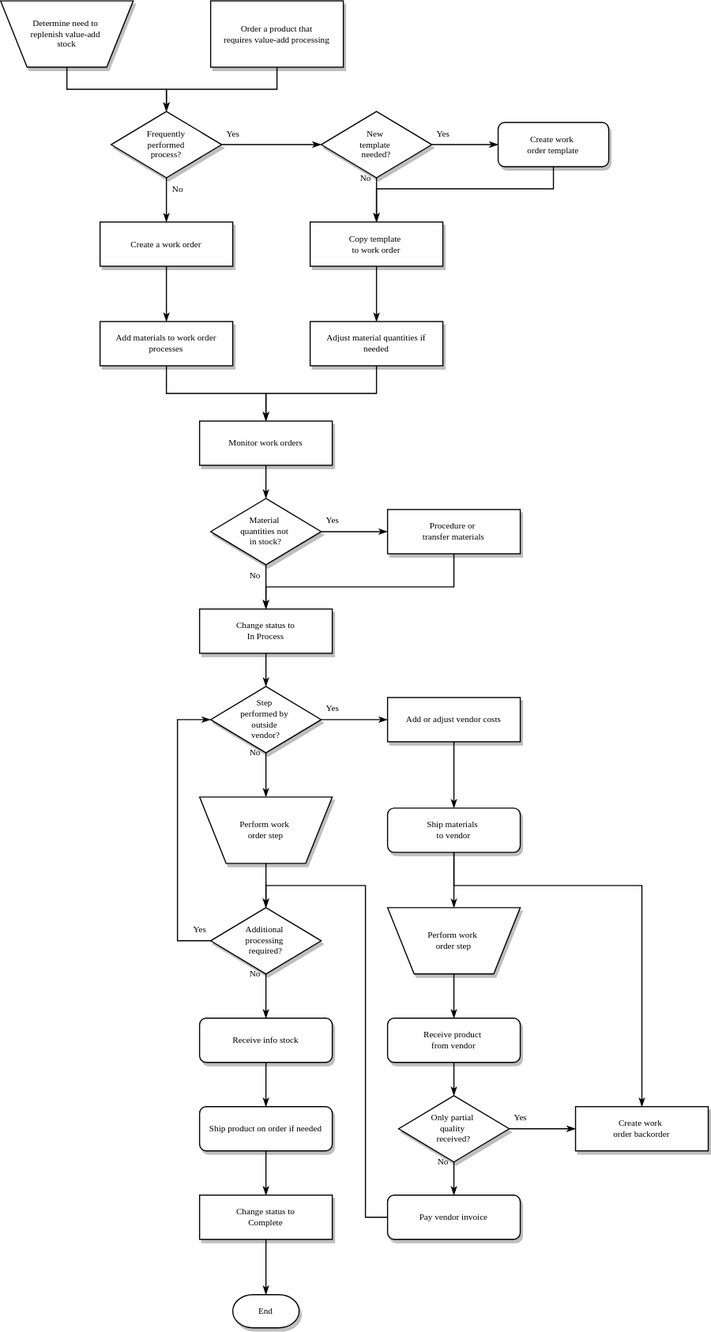
Above: diagram/decision_chart.svg in EwetoyeIbrahim/Google-Cloud-Database-Services-Decision-Tree (draw.io), before the change. Source tidied: cells renumbered, new cells last; positions are measured from the earlier drawing's top-left corner, leaving out a move shared by most shapes.
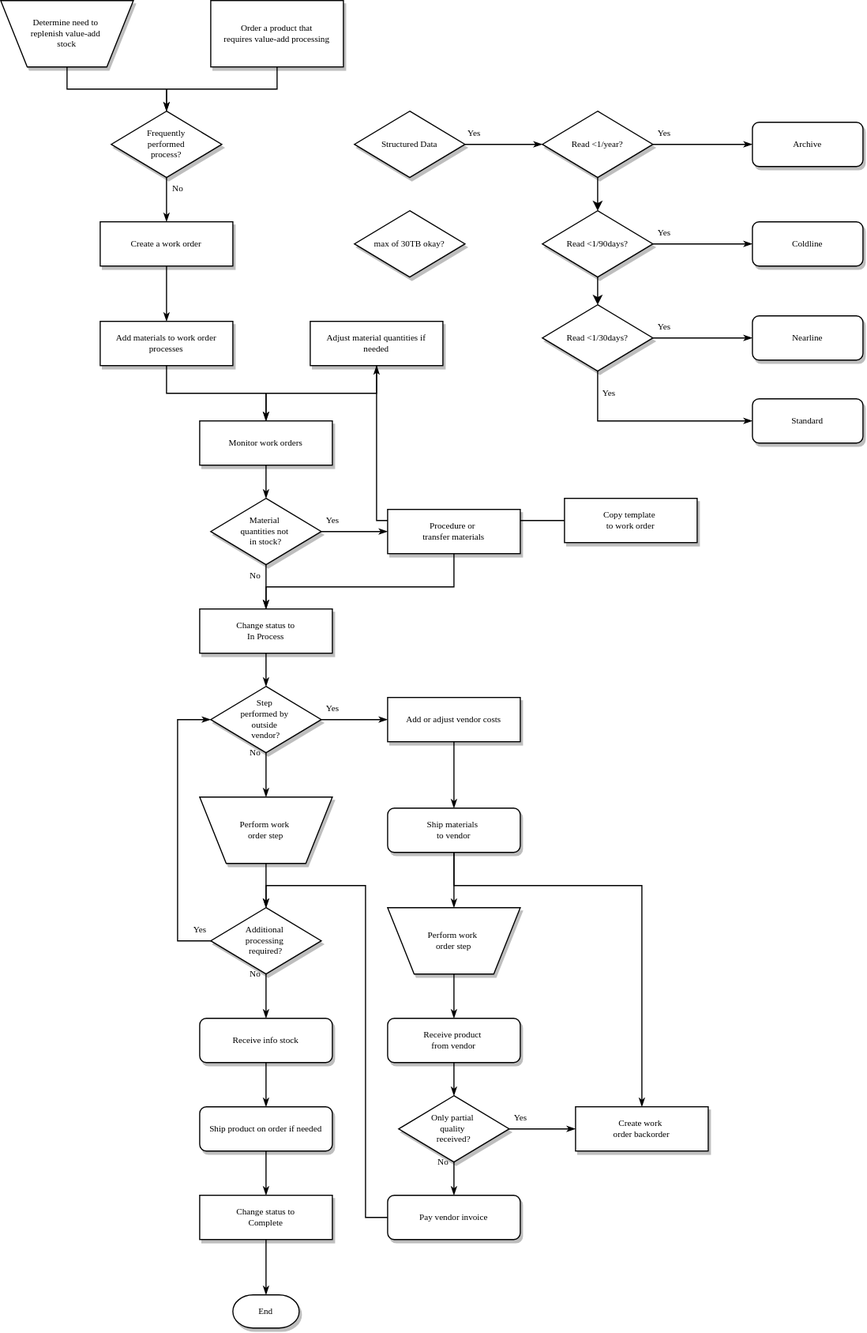
After the commit.

The edit, as a diff of the source:
```diff
@@ -14,34 +14,23 @@
     <mxCell id="5" value="Order a product that&lt;div&gt;requires value-add processing&lt;/div&gt;" style="rounded=0;whiteSpace=wrap;html=1;shadow=1;labelBackgroundColor=none;strokeWidth=1;fontFamily=Verdana;fontSize=8;align=center;" parent="1" vertex="1">
       <mxGeometry x="190" width="120" height="60" as="geometry" />
     </mxCell>
-    <mxCell id="6" value="Yes" style="edgeStyle=orthogonalEdgeStyle;rounded=0;html=1;labelBackgroundColor=none;startSize=5;endArrow=classicThin;endFill=1;endSize=5;jettySize=auto;strokeWidth=1;fontFamily=Verdana;fontSize=8;" parent="1" edge="1" source="8" target="11">
+    <mxCell id="6" value="Yes" style="edgeStyle=orthogonalEdgeStyle;rounded=0;html=1;labelBackgroundColor=none;startSize=5;endArrow=classicThin;endFill=1;endSize=5;jettySize=auto;strokeWidth=1;fontFamily=Verdana;fontSize=8;entryX=0;entryY=0.5;entryDx=0;entryDy=0;exitX=1;exitY=0.5;exitDx=0;exitDy=0;" parent="1" edge="1" source="11" target="62">
       <mxGeometry x="-0.78" y="10" relative="1" as="geometry" />
     </mxCell>
     <mxCell id="7" value="No" style="edgeStyle=orthogonalEdgeStyle;rounded=0;html=1;labelBackgroundColor=none;startSize=5;endArrow=classicThin;endFill=1;endSize=5;jettySize=auto;strokeWidth=1;fontFamily=Verdana;fontSize=8;" parent="1" edge="1" source="8" target="15">
       <mxGeometry x="-0.5" y="10" relative="1" as="geometry" />
     </mxCell>
+    <mxCell id="61" style="edgeStyle=orthogonalEdgeStyle;rounded=0;jettySize=auto;html=1;exitX=0.5;exitY=1;exitDx=0;exitDy=0;" parent="1" edge="1" source="62" target="64">
+      <mxGeometry relative="1" as="geometry" />
+    </mxCell>
     <mxCell id="8" value="Frequently&lt;div&gt;performed&lt;/div&gt;&lt;div&gt;process?&lt;/div&gt;" style="rhombus;whiteSpace=wrap;html=1;rounded=0;shadow=1;labelBackgroundColor=none;strokeWidth=1;fontFamily=Verdana;fontSize=8;align=center;" parent="1" vertex="1">
       <mxGeometry x="100" y="100" width="100" height="60" as="geometry" />
     </mxCell>
-    <mxCell id="9" value="Yes" style="edgeStyle=orthogonalEdgeStyle;rounded=0;html=1;labelBackgroundColor=none;startSize=5;endArrow=classicThin;endFill=1;endSize=5;jettySize=auto;strokeWidth=1;fontFamily=Verdana;fontSize=8;" parent="1" edge="1" source="11" target="13">
-      <mxGeometry x="-0.67" y="10" relative="1" as="geometry" />
-    </mxCell>
-    <mxCell id="10" value="No" style="edgeStyle=orthogonalEdgeStyle;rounded=0;html=1;labelBackgroundColor=none;startSize=5;endArrow=classicThin;endFill=1;endSize=5;jettySize=auto;strokeWidth=1;fontFamily=Verdana;fontSize=8;" parent="1" edge="1" source="11" target="17">
-      <mxGeometry x="-1" y="-10" relative="1" as="geometry" />
-    </mxCell>
-    <mxCell id="11" value="New&amp;nbsp;&lt;div&gt;template&amp;nbsp;&lt;/div&gt;&lt;div&gt;needed?&lt;/div&gt;" style="rhombus;whiteSpace=wrap;html=1;rounded=0;shadow=1;labelBackgroundColor=none;strokeWidth=1;fontFamily=Verdana;fontSize=8;align=center;" parent="1" vertex="1">
-      <mxGeometry x="290" y="100" width="100" height="60" as="geometry" />
+    <mxCell id="11" value="Structured Data" style="rhombus;whiteSpace=wrap;html=1;rounded=0;shadow=1;labelBackgroundColor=none;strokeWidth=1;fontFamily=Verdana;fontSize=8;align=center;" parent="1" vertex="1">
+      <mxGeometry x="320" y="100" width="100" height="60" as="geometry" />
     </mxCell>
-    <mxCell id="12" style="edgeStyle=orthogonalEdgeStyle;rounded=0;html=1;labelBackgroundColor=none;startSize=5;endArrow=classicThin;endFill=1;endSize=5;jettySize=auto;strokeWidth=1;fontFamily=Verdana;fontSize=8;" parent="1" edge="1" source="13" target="17">
-      <mxGeometry relative="1" as="geometry">
-        <Array as="points">
-          <mxPoint x="500" y="170" />
-          <mxPoint x="340" y="170" />
-        </Array>
-      </mxGeometry>
-    </mxCell>
-    <mxCell id="13" value="Create work&amp;nbsp;&lt;div&gt;order template&lt;/div&gt;" style="rounded=1;whiteSpace=wrap;html=1;shadow=1;labelBackgroundColor=none;strokeWidth=1;fontFamily=Verdana;fontSize=8;align=center;" parent="1" vertex="1">
-      <mxGeometry x="450" y="110" width="100" height="40" as="geometry" />
+    <mxCell id="13" value="Archive" style="rounded=1;whiteSpace=wrap;html=1;shadow=1;labelBackgroundColor=none;strokeWidth=1;fontFamily=Verdana;fontSize=8;align=center;" parent="1" vertex="1">
+      <mxGeometry x="680" y="110" width="100" height="40" as="geometry" />
     </mxCell>
     <mxCell id="14" style="edgeStyle=orthogonalEdgeStyle;rounded=0;html=1;labelBackgroundColor=none;startSize=5;endArrow=classicThin;endFill=1;endSize=5;jettySize=auto;strokeWidth=1;fontFamily=Verdana;fontSize=8;" parent="1" edge="1" source="15" target="19">
       <mxGeometry relative="1" as="geometry" />
@@ -53,7 +42,7 @@
       <mxGeometry relative="1" as="geometry" />
     </mxCell>
     <mxCell id="17" value="Copy template&amp;nbsp;&lt;div&gt;to work order&lt;/div&gt;" style="whiteSpace=wrap;html=1;rounded=0;shadow=1;labelBackgroundColor=none;strokeWidth=1;fontFamily=Verdana;fontSize=8;align=center;" parent="1" vertex="1">
-      <mxGeometry x="280" y="200" width="120" height="40" as="geometry" />
+      <mxGeometry x="510" y="450" width="120" height="40" as="geometry" />
     </mxCell>
     <mxCell id="18" style="edgeStyle=orthogonalEdgeStyle;rounded=0;html=1;labelBackgroundColor=none;startSize=5;endArrow=classicThin;endFill=1;endSize=5;jettySize=auto;strokeWidth=1;fontFamily=Verdana;fontSize=8;" parent="1" edge="1" source="19" target="23">
       <mxGeometry relative="1" as="geometry" />
@@ -207,5 +196,47 @@
     <mxCell id="60" value="End" style="strokeWidth=1;html=1;shape=mxgraph.flowchart.terminator;whiteSpace=wrap;rounded=0;shadow=1;labelBackgroundColor=none;fontFamily=Verdana;fontSize=8;align=center;" parent="1" vertex="1">
       <mxGeometry x="210" y="1170" width="60" height="30" as="geometry" />
     </mxCell>
+    <mxCell id="62" value="Read &amp;lt;1/year?" style="rhombus;whiteSpace=wrap;html=1;rounded=0;shadow=1;labelBackgroundColor=none;strokeWidth=1;fontFamily=Verdana;fontSize=8;align=center;" parent="1" vertex="1">
+      <mxGeometry x="490" y="100" width="100" height="60" as="geometry" />
+    </mxCell>
+    <mxCell id="63" style="edgeStyle=orthogonalEdgeStyle;rounded=0;jettySize=auto;html=1;entryX=0.5;entryY=0;entryDx=0;entryDy=0;" parent="1" edge="1" source="64" target="65">
+      <mxGeometry relative="1" as="geometry" />
+    </mxCell>
+    <mxCell id="64" value="Read &amp;lt;1/90days?" style="rhombus;whiteSpace=wrap;html=1;rounded=0;shadow=1;labelBackgroundColor=none;strokeWidth=1;fontFamily=Verdana;fontSize=8;align=center;" parent="1" vertex="1">
+      <mxGeometry x="490" y="190" width="100" height="60" as="geometry" />
+    </mxCell>
+    <mxCell id="65" value="Read &amp;lt;1/30days?" style="rhombus;whiteSpace=wrap;html=1;rounded=0;shadow=1;labelBackgroundColor=none;strokeWidth=1;fontFamily=Verdana;fontSize=8;align=center;" parent="1" vertex="1">
+      <mxGeometry x="490" y="275" width="100" height="60" as="geometry" />
+    </mxCell>
+    <mxCell id="66" value="Yes" style="edgeStyle=orthogonalEdgeStyle;rounded=0;html=1;labelBackgroundColor=none;startSize=5;endArrow=classicThin;endFill=1;endSize=5;jettySize=auto;strokeWidth=1;fontFamily=Verdana;fontSize=8;entryX=0;entryY=0.5;entryDx=0;entryDy=0;" parent="1" edge="1" target="13">
+      <mxGeometry x="-0.78" y="10" relative="1" as="geometry">
+        <mxPoint x="590" y="130" as="sourcePoint" />
+      </mxGeometry>
+    </mxCell>
+    <mxCell id="67" value="Yes" style="edgeStyle=orthogonalEdgeStyle;rounded=0;html=1;labelBackgroundColor=none;startSize=5;endArrow=classicThin;endFill=1;endSize=5;jettySize=auto;strokeWidth=1;fontFamily=Verdana;fontSize=8;entryX=0;entryY=0.5;entryDx=0;entryDy=0;" parent="1" edge="1" target="68">
+      <mxGeometry x="-0.78" y="10" relative="1" as="geometry">
+        <mxPoint x="590" y="220" as="sourcePoint" />
+      </mxGeometry>
+    </mxCell>
+    <mxCell id="68" value="Coldline" style="rounded=1;whiteSpace=wrap;html=1;shadow=1;labelBackgroundColor=none;strokeWidth=1;fontFamily=Verdana;fontSize=8;align=center;" parent="1" vertex="1">
+      <mxGeometry x="680" y="200" width="100" height="40" as="geometry" />
+    </mxCell>
+    <mxCell id="69" value="Yes" style="edgeStyle=orthogonalEdgeStyle;rounded=0;html=1;labelBackgroundColor=none;startSize=5;endArrow=classicThin;endFill=1;endSize=5;jettySize=auto;strokeWidth=1;fontFamily=Verdana;fontSize=8;entryX=0;entryY=0.5;entryDx=0;entryDy=0;" parent="1" edge="1" target="70">
+      <mxGeometry x="-0.78" y="10" relative="1" as="geometry">
+        <mxPoint x="590" y="305" as="sourcePoint" />
+      </mxGeometry>
+    </mxCell>
+    <mxCell id="70" value="Nearline" style="rounded=1;whiteSpace=wrap;html=1;shadow=1;labelBackgroundColor=none;strokeWidth=1;fontFamily=Verdana;fontSize=8;align=center;" parent="1" vertex="1">
+      <mxGeometry x="680" y="285" width="100" height="40" as="geometry" />
+    </mxCell>
+    <mxCell id="71" value="Yes" style="edgeStyle=orthogonalEdgeStyle;rounded=0;html=1;labelBackgroundColor=none;startSize=5;endArrow=classicThin;endFill=1;endSize=5;jettySize=auto;strokeWidth=1;fontFamily=Verdana;fontSize=8;entryX=0;entryY=0.5;entryDx=0;entryDy=0;exitX=0.5;exitY=1;exitDx=0;exitDy=0;" parent="1" edge="1" source="65" target="72">
+      <mxGeometry x="-0.78" y="10" relative="1" as="geometry" />
+    </mxCell>
+    <mxCell id="72" value="Standard" style="rounded=1;whiteSpace=wrap;html=1;shadow=1;labelBackgroundColor=none;strokeWidth=1;fontFamily=Verdana;fontSize=8;align=center;" parent="1" vertex="1">
+      <mxGeometry x="680" y="360" width="100" height="40" as="geometry" />
+    </mxCell>
+    <mxCell id="73" value="max of 30TB okay?" style="rhombus;whiteSpace=wrap;html=1;rounded=0;shadow=1;labelBackgroundColor=none;strokeWidth=1;fontFamily=Verdana;fontSize=8;align=center;" parent="1" vertex="1">
+      <mxGeometry x="320" y="190" width="100" height="60" as="geometry" />
+    </mxCell>
   </root>
 </mxGraphModel>
```
